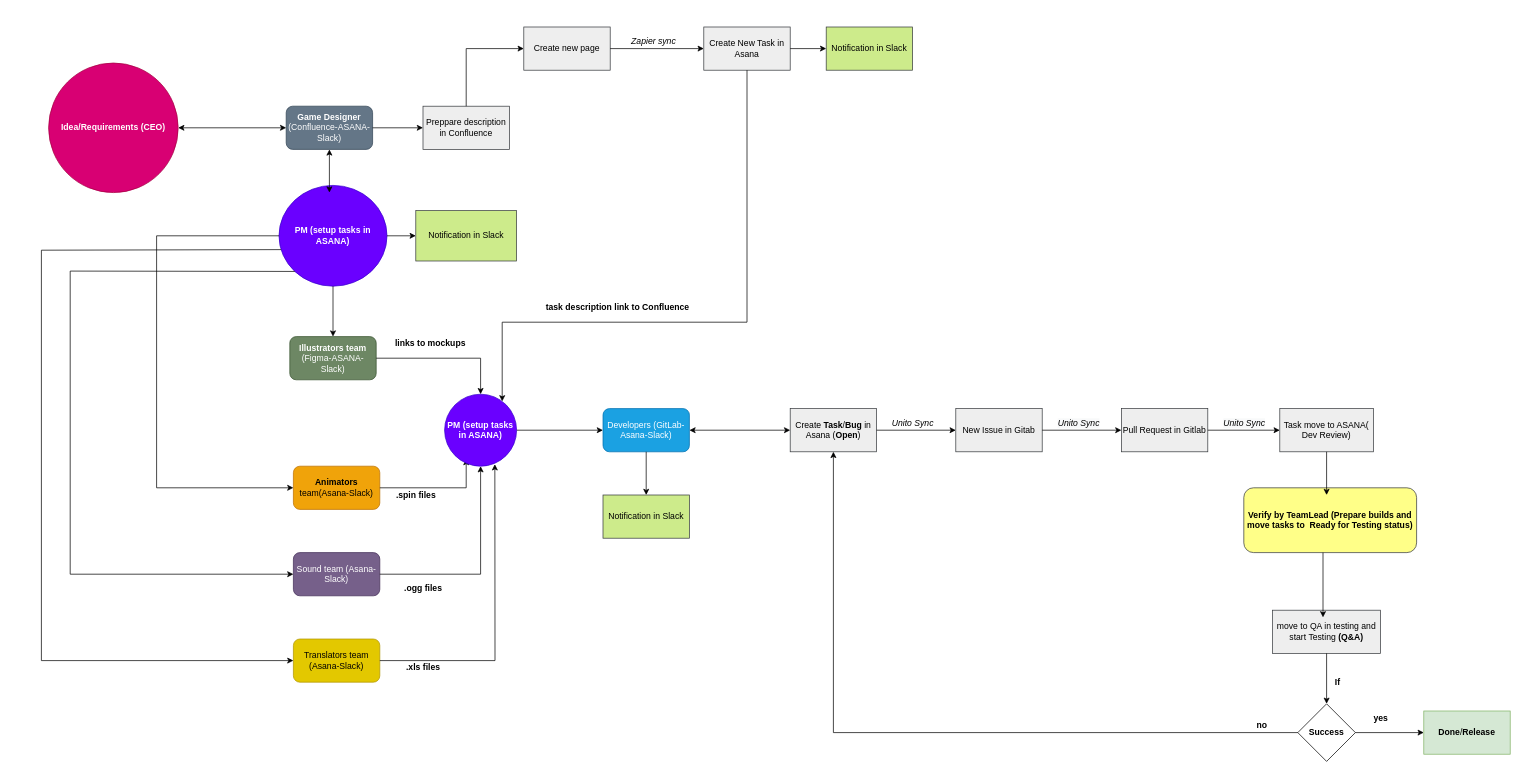
Above: Sky network BP Diagram.drawio in annastazi09/blog (draw.io), before the change. Source tidied: cells renumbered, new cells numbered last; positions are measured from the earlier drawing's top-left corner, leaving out a move shared by most shapes. Both pictures are drawn from the tidied source at 72%, with x=0, y=0 at pixel (41, 27).
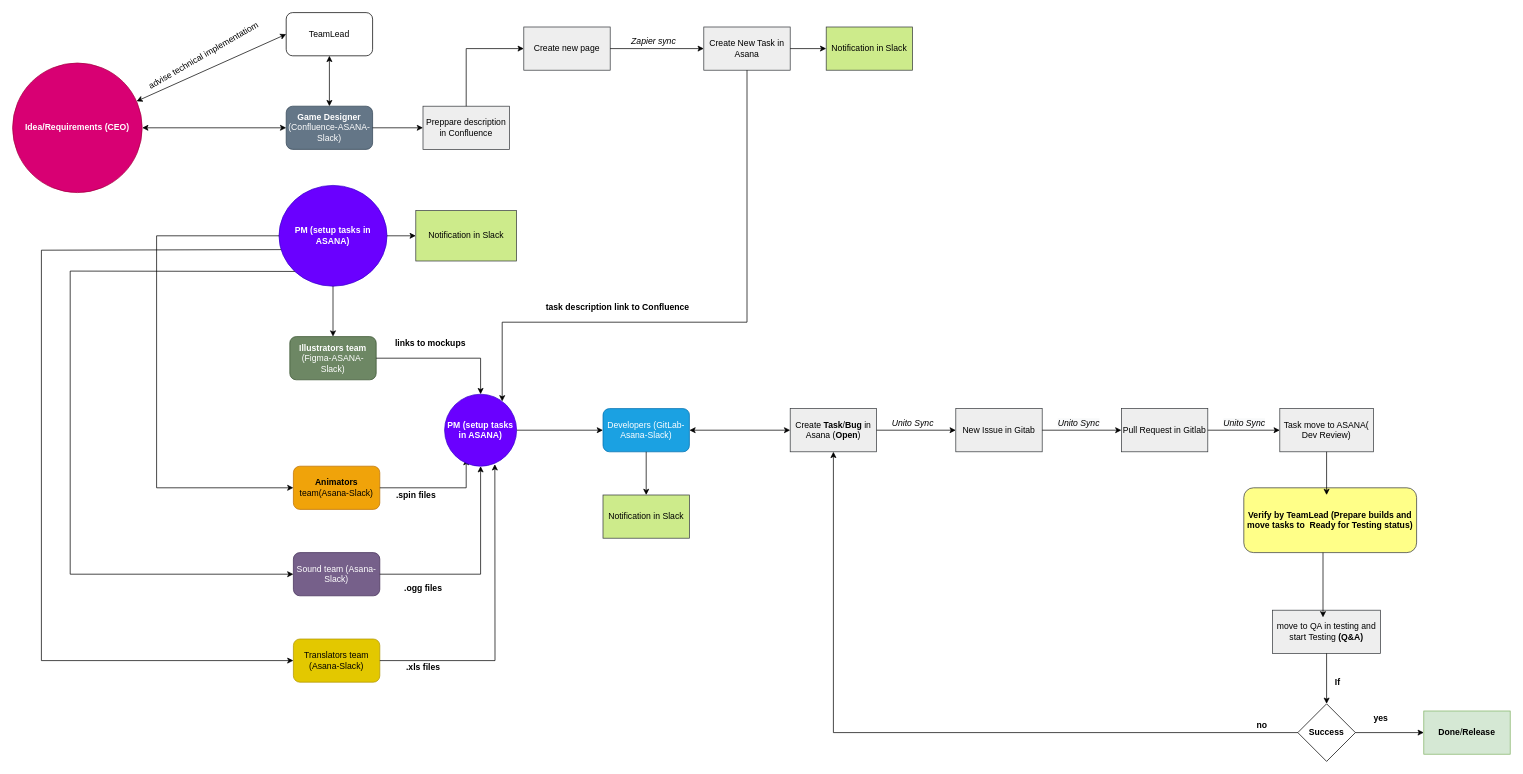
The same page after the edit.

Unchanged cells that the change refers to:
```xml
<mxCell id="3" value="&lt;b&gt;Game Designer&lt;/b&gt; (Confluence-ASANA-Slack)" style="rounded=1;whiteSpace=wrap;html=1;fillColor=#647687;strokeColor=#314354;fontColor=#ffffff;" parent="1" vertex="1">
  <mxGeometry x="340" y="110" width="120" height="60" as="geometry" />
</mxCell>
```

What changed in the source:
```diff
@@
     <mxCell id="2" value="&lt;b&gt;Idea/Requirements (CEO)&lt;/b&gt;" style="ellipse;whiteSpace=wrap;html=1;fillColor=#d80073;fontColor=#ffffff;strokeColor=#A50040;" parent="1" vertex="1">
-      <mxGeometry x="10" y="50" width="180" height="180" as="geometry" />
+      <mxGeometry x="-40" y="50" width="180" height="180" as="geometry" />
     </mxCell>
@@
-    <mxCell id="33" style="endArrow=classic;startArrow=classic;html=1;rounded=0;entryX=0.5;entryY=1;entryDx=0;entryDy=0;" parent="1" edge="1" target="3">
-      <mxGeometry relative="1" as="geometry">
-        <mxPoint x="400" y="230" as="sourcePoint" />
-      </mxGeometry>
-    </mxCell>
@@
+    <mxCell id="64" value="TeamLead" style="rounded=1;whiteSpace=wrap;html=1;" parent="1" vertex="1">
+      <mxGeometry x="340" y="-20" width="120" height="60" as="geometry" />
+    </mxCell>
+    <mxCell id="65" style="endArrow=classic;startArrow=classic;html=1;rounded=0;entryX=0;entryY=0.5;entryDx=0;entryDy=0;" parent="1" edge="1" source="2" target="64">
+      <mxGeometry relative="1" as="geometry" />
+    </mxCell>
+    <mxCell id="66" style="endArrow=classic;startArrow=classic;html=1;rounded=0;entryX=0.5;entryY=1;entryDx=0;entryDy=0;exitX=0.5;exitY=0;exitDx=0;exitDy=0;" parent="1" edge="1" source="3" target="64">
+      <mxGeometry relative="1" as="geometry" />
+    </mxCell>
+    <mxCell id="67" value="advise technical implementatiom" style="text;html=1;align=center;verticalAlign=middle;strokeColor=none;fillColor=none;rotation=-30;" parent="1" vertex="1">
+      <mxGeometry x="130" y="30" width="190" height="20" as="geometry" />
+    </mxCell>
```
